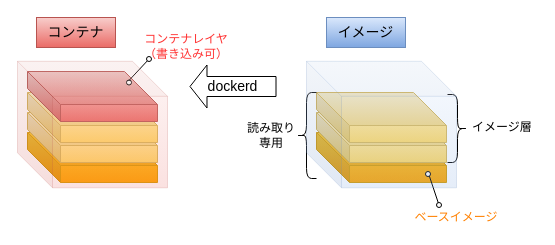
Above: page "ページ1" (1 of 2) of 3.2_image_container.drawio in tnaka986/work-container (draw.io), before the change. Source tidied: cells renumbered, new cells numbered last; positions are measured from the earlier drawing's top-left corner, leaving out a move shared by most shapes. Both pictures are drawn from the tidied source at 100%, with x=0, y=0 at pixel (17, 17).
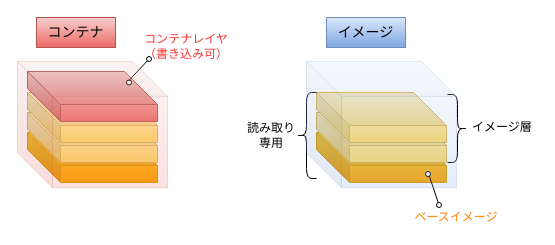
The same diagram, later.

Commit message (it also covers changes not shown here):
3.2_image_container.drawio を更新します

The edit, as a diff of the source:
```diff
@@
-    <mxCell id="13" value="dockerd" style="shape=flexArrow;endArrow=classic;html=1;fontColor=#000000;endWidth=22;endSize=5.33;width=20;fontSize=14;" parent="1" edge="1">
-      <mxGeometry relative="1" as="geometry">
-        <mxPoint x="259" y="69" as="sourcePoint" />
-        <mxPoint x="172" y="69" as="targetPoint" />
-      </mxGeometry>
-    </mxCell>
```
